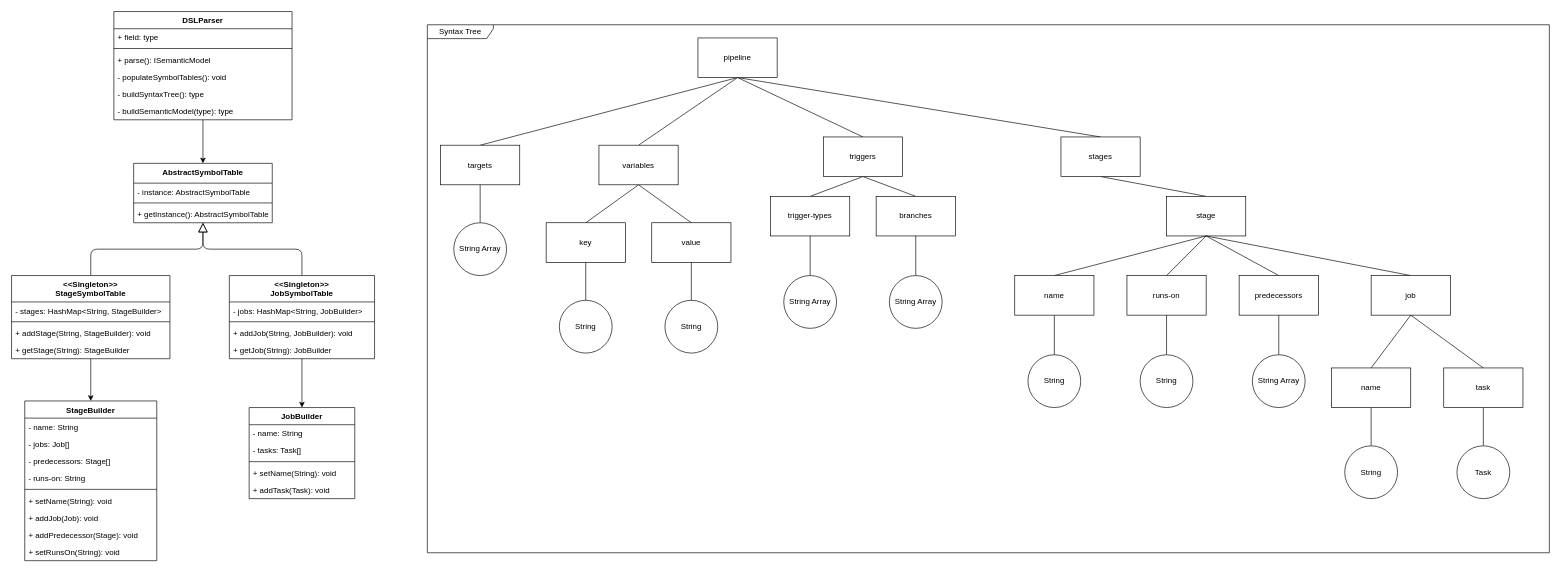
Earlier version of the draw.io diagram page "Parser" (2 of 5) of documentation/diagrams/SystemOverview.drawio (Tobiaskr12/SingularCI). Source tidied: cells renumbered, new cells numbered last; positions are measured from the earlier drawing's top-left corner, leaving out a move shared by most shapes. Both pictures are drawn from the tidied source at 66%, with x=0, y=0 at pixel (11, 11).
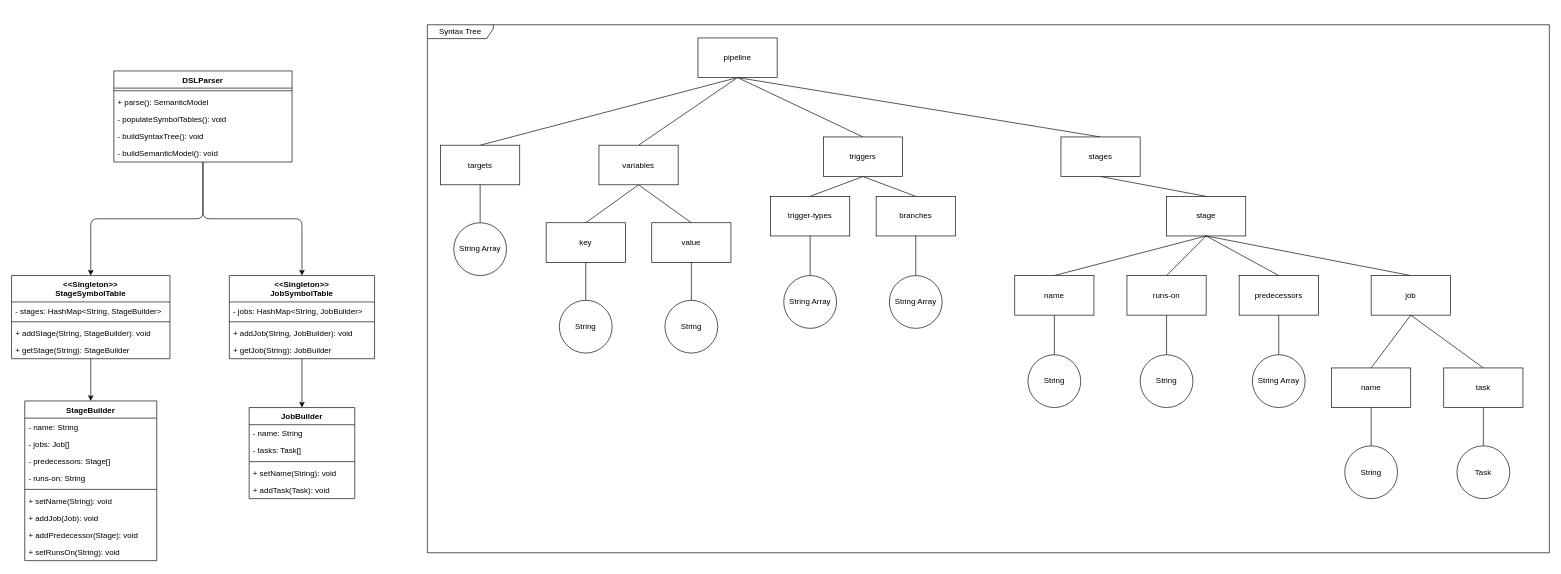
After the change.

The change refers to these unchanged cells:
```xml
<mxCell id="13" value="&lt;&lt;Singleton&gt;&gt;&#10;StageSymbolTable" style="swimlane;fontStyle=1;align=center;verticalAlign=top;horizontal=1;startSize=40;" parent="1" vertex="1">
  <mxGeometry y="400" width="240" height="126" as="geometry" />
</mxCell>
<mxCell id="20" value="&lt;&lt;Singleton&gt;&gt;&#10;JobSymbolTable" style="swimlane;fontStyle=1;align=center;verticalAlign=top;horizontal=1;startSize=40;" parent="1" vertex="1">
  <mxGeometry x="330" y="400" width="220" height="126" as="geometry" />
</mxCell>
```

Diff of the diagram source:
```diff
@@
-    <mxCell id="3" style="edgeStyle=orthogonalEdgeStyle;html=1;entryX=0.5;entryY=0;entryDx=0;entryDy=0;" parent="1" edge="1" source="4" target="25">
+    <mxCell id="3" style="edgeStyle=orthogonalEdgeStyle;html=1;entryX=0.5;entryY=0;entryDx=0;entryDy=0;" parent="1" edge="1" source="4" target="13">
       <mxGeometry relative="1" as="geometry" />
     </mxCell>
     <mxCell id="4" value="DSLParser" style="swimlane;fontStyle=1;align=center;verticalAlign=top;horizontal=1;startSize=26;" parent="1" vertex="1">
-      <mxGeometry x="155" width="270" height="164" as="geometry" />
+      <mxGeometry x="155" y="90" width="270" height="138" as="geometry" />
     </mxCell>
-    <mxCell id="5" value="+ field: type" style="text;strokeColor=none;fillColor=none;align=left;verticalAlign=top;spacingLeft=4;spacingRight=4;overflow=hidden;" parent="4" vertex="1">
-      <mxGeometry y="26" width="270" height="26" as="geometry" />
-    </mxCell>
     <mxCell id="6" style="line;strokeWidth=1;fillColor=none;align=left;verticalAlign=middle;spacingTop=-1;spacingLeft=3;spacingRight=3;labelPosition=right;" parent="4" vertex="1">
-      <mxGeometry y="52" width="270" height="8" as="geometry" />
+      <mxGeometry y="26" width="270" height="8" as="geometry" />
     </mxCell>
-    <mxCell id="7" value="+ parse(): ISemanticModel" style="text;strokeColor=none;fillColor=none;align=left;verticalAlign=top;spacingLeft=4;spacingRight=4;overflow=hidden;" parent="4" vertex="1">
-      <mxGeometry y="60" width="270" height="26" as="geometry" />
+    <mxCell id="7" value="+ parse(): SemanticModel" style="text;strokeColor=none;fillColor=none;align=left;verticalAlign=top;spacingLeft=4;spacingRight=4;overflow=hidden;" parent="4" vertex="1">
+      <mxGeometry y="34" width="270" height="26" as="geometry" />
     </mxCell>
     <mxCell id="8" value="- populateSymbolTables(): void" style="text;strokeColor=none;fillColor=none;align=left;verticalAlign=top;spacingLeft=4;spacingRight=4;overflow=hidden;" parent="4" vertex="1">
-      <mxGeometry y="86" width="270" height="26" as="geometry" />
+      <mxGeometry y="60" width="270" height="26" as="geometry" />
     </mxCell>
-    <mxCell id="9" value="- buildSyntaxTree(): type" style="text;strokeColor=none;fillColor=none;align=left;verticalAlign=top;spacingLeft=4;spacingRight=4;overflow=hidden;" parent="4" vertex="1">
-      <mxGeometry y="112" width="270" height="26" as="geometry" />
+    <mxCell id="9" value="- buildSyntaxTree(): void" style="text;strokeColor=none;fillColor=none;align=left;verticalAlign=top;spacingLeft=4;spacingRight=4;overflow=hidden;" parent="4" vertex="1">
+      <mxGeometry y="86" width="270" height="26" as="geometry" />
     </mxCell>
-    <mxCell id="10" value="- buildSemanticModel(type): type" style="text;strokeColor=none;fillColor=none;align=left;verticalAlign=top;spacingLeft=4;spacingRight=4;overflow=hidden;" parent="4" vertex="1">
-      <mxGeometry y="138" width="270" height="26" as="geometry" />
+    <mxCell id="10" value="- buildSemanticModel(): void" style="text;strokeColor=none;fillColor=none;align=left;verticalAlign=top;spacingLeft=4;spacingRight=4;overflow=hidden;" parent="4" vertex="1">
+      <mxGeometry y="112" width="270" height="26" as="geometry" />
     </mxCell>
-    <mxCell id="11" style="edgeStyle=orthogonalEdgeStyle;html=1;exitX=0.5;exitY=0;exitDx=0;exitDy=0;endArrow=block;endFill=0;endSize=12;" parent="1" edge="1" source="13" target="25">
-      <mxGeometry relative="1" as="geometry" />
-    </mxCell>
@@
-    <mxCell id="18" style="edgeStyle=orthogonalEdgeStyle;html=1;exitX=0.5;exitY=0;exitDx=0;exitDy=0;endArrow=block;endFill=0;endSize=12;" parent="1" edge="1" source="20" target="25">
-      <mxGeometry relative="1" as="geometry" />
-    </mxCell>
@@
+    <mxCell id="96" style="edgeStyle=orthogonalEdgeStyle;html=1;exitX=0.5;exitY=0;exitDx=0;exitDy=0;endArrow=none;endFill=0;startArrow=classic;startFill=1;" parent="1" edge="1" source="20" target="4">
+      <mxGeometry relative="1" as="geometry" />
+    </mxCell>
@@
-    <mxCell id="25" value="AbstractSymbolTable" style="swimlane;fontStyle=1;align=center;verticalAlign=top;horizontal=1;startSize=30;" parent="1" vertex="1">
-      <mxGeometry x="185" y="230" width="210" height="90" as="geometry" />
-    </mxCell>
-    <mxCell id="26" value="- instance: AbstractSymbolTable" style="text;strokeColor=none;fillColor=none;align=left;verticalAlign=top;spacingLeft=4;spacingRight=4;overflow=hidden;" parent="25" vertex="1">
-      <mxGeometry y="30" width="210" height="26" as="geometry" />
-    </mxCell>
-    <mxCell id="27" style="line;strokeWidth=1;fillColor=none;align=left;verticalAlign=middle;spacingTop=-1;spacingLeft=3;spacingRight=3;labelPosition=right;" parent="25" vertex="1">
-      <mxGeometry y="56" width="210" height="8" as="geometry" />
-    </mxCell>
-    <mxCell id="28" value="+ getInstance(): AbstractSymbolTable" style="text;strokeColor=none;fillColor=none;align=left;verticalAlign=top;spacingLeft=4;spacingRight=4;overflow=hidden;" parent="25" vertex="1">
-      <mxGeometry y="64" width="210" height="26" as="geometry" />
-    </mxCell>
```
